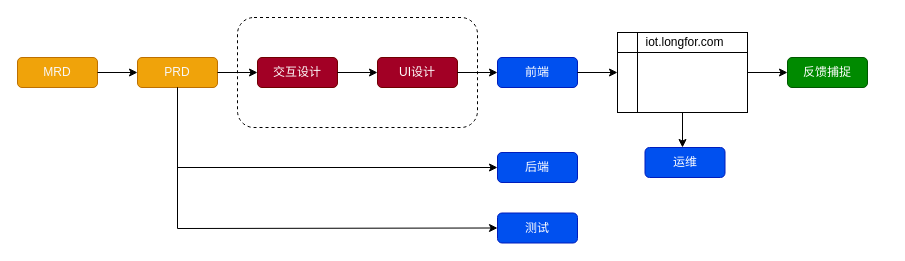
Before: Untitled Diagram.drawio in gzgogo/diagrams, a draw.io diagram. Source tidied: cells renumbered, new cells numbered last; positions are measured from the earlier drawing's top-left corner, leaving out a move shared by most shapes. Both pictures are drawn from the tidied source at 100%, with x=0, y=0 at pixel (17, 17).
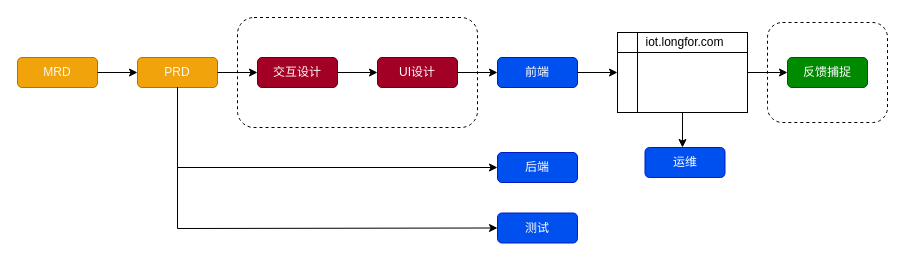
Above is the later version.

The edit, as a diff of the source:
```diff
@@
+    <mxCell id="23" style="rounded=1;whiteSpace=wrap;html=1;dashed=1;fontColor=#F7F7F7;" parent="1" vertex="1">
+      <mxGeometry x="750" y="5" width="120" height="100" as="geometry" />
+    </mxCell>
```
